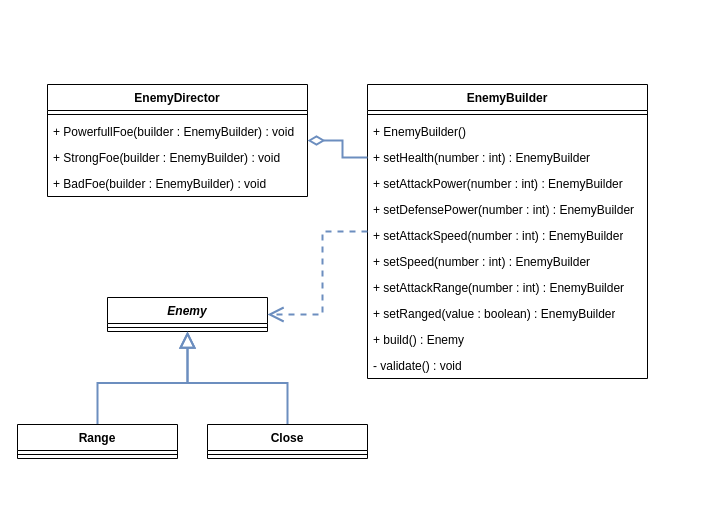
Cat-du-Fromage/BossRush keeps this draw.io diagram as doc/ClassDiagramBuilder.drawio. Above is the earlier version. Source tidied: cells renumbered, new cells numbered last; positions are measured from the earlier drawing's top-left corner, leaving out a move shared by most shapes. Both pictures are drawn from the tidied source at 100%, with x=0, y=0 at pixel (17, 84).
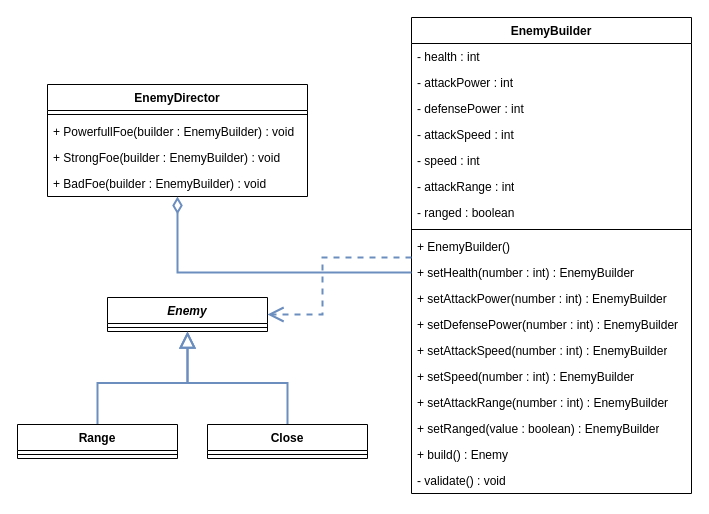
Above is the later version.

The change refers to these unchanged cells:
```xml
<mxCell id="19" value="&lt;i&gt;Enemy&lt;/i&gt;" style="swimlane;fontStyle=1;align=center;verticalAlign=top;horizontal=1;startSize=26;whiteSpace=wrap;html=1;" parent="1" vertex="1">
  <mxGeometry x="90" y="213" width="160" height="34" as="geometry" />
</mxCell>
```

What changed in the source:
```diff
@@
     <mxCell id="7" value="EnemyBuilder" style="swimlane;fontStyle=1;align=center;verticalAlign=top;horizontal=1;startSize=26;whiteSpace=wrap;html=1;" parent="1" vertex="1">
-      <mxGeometry x="350" width="280" height="294" as="geometry" />
+      <mxGeometry x="394" y="-67" width="280" height="476" as="geometry" />
     </mxCell>
+    <mxCell id="9" value="- health : int" style="text;strokeColor=none;fillColor=none;align=left;verticalAlign=top;spacingLeft=4;spacingRight=4;overflow=hidden;whiteSpace=wrap;html=1;" parent="7" vertex="1">
+      <mxGeometry y="26" width="280" height="26" as="geometry" />
+    </mxCell>
+    <mxCell id="29" value="- attackPower : int" style="text;strokeColor=none;fillColor=none;align=left;verticalAlign=top;spacingLeft=4;spacingRight=4;overflow=hidden;whiteSpace=wrap;html=1;" parent="7" vertex="1">
+      <mxGeometry y="52" width="280" height="26" as="geometry" />
+    </mxCell>
+    <mxCell id="30" value="- defensePower : int" style="text;strokeColor=none;fillColor=none;align=left;verticalAlign=top;spacingLeft=4;spacingRight=4;overflow=hidden;whiteSpace=wrap;html=1;" parent="7" vertex="1">
+      <mxGeometry y="78" width="280" height="26" as="geometry" />
+    </mxCell>
+    <mxCell id="31" value="- attackSpeed : int" style="text;strokeColor=none;fillColor=none;align=left;verticalAlign=top;spacingLeft=4;spacingRight=4;overflow=hidden;whiteSpace=wrap;html=1;" parent="7" vertex="1">
+      <mxGeometry y="104" width="280" height="26" as="geometry" />
+    </mxCell>
+    <mxCell id="32" value="- speed : int" style="text;strokeColor=none;fillColor=none;align=left;verticalAlign=top;spacingLeft=4;spacingRight=4;overflow=hidden;whiteSpace=wrap;html=1;" parent="7" vertex="1">
+      <mxGeometry y="130" width="280" height="26" as="geometry" />
+    </mxCell>
+    <mxCell id="33" value="- attackRange : int" style="text;strokeColor=none;fillColor=none;align=left;verticalAlign=top;spacingLeft=4;spacingRight=4;overflow=hidden;whiteSpace=wrap;html=1;" parent="7" vertex="1">
+      <mxGeometry y="156" width="280" height="26" as="geometry" />
+    </mxCell>
+    <mxCell id="34" value="- ranged : boolean" style="text;strokeColor=none;fillColor=none;align=left;verticalAlign=top;spacingLeft=4;spacingRight=4;overflow=hidden;whiteSpace=wrap;html=1;" parent="7" vertex="1">
+      <mxGeometry y="182" width="280" height="26" as="geometry" />
+    </mxCell>
     <mxCell id="8" style="line;strokeWidth=1;fillColor=none;align=left;verticalAlign=middle;spacingTop=-1;spacingLeft=3;spacingRight=3;labelPosition=right;strokeColor=inherit;" parent="7" vertex="1">
-      <mxGeometry y="26" width="280" height="8" as="geometry" />
+      <mxGeometry y="208" width="280" height="8" as="geometry" />
     </mxCell>
-    <mxCell id="9" value="+ EnemyBuilder()" style="text;strokeColor=none;fillColor=none;align=left;verticalAlign=top;spacingLeft=4;spacingRight=4;overflow=hidden;whiteSpace=wrap;html=1;" parent="7" vertex="1">
-      <mxGeometry y="34" width="280" height="26" as="geometry" />
-    </mxCell>
+    <mxCell id="35" value="+ EnemyBuilder()" style="text;strokeColor=none;fillColor=none;align=left;verticalAlign=top;spacingLeft=4;spacingRight=4;overflow=hidden;whiteSpace=wrap;html=1;" parent="7" vertex="1">
+      <mxGeometry y="216" width="280" height="26" as="geometry" />
+    </mxCell>
     <mxCell id="10" value="+ setHealth(number : int) : EnemyBuilder" style="text;strokeColor=none;fillColor=none;align=left;verticalAlign=top;spacingLeft=4;spacingRight=4;overflow=hidden;points=[[0,0.5],[1,0.5]];portConstraint=eastwest;whiteSpace=wrap;html=1;" parent="7" vertex="1">
-      <mxGeometry y="60" width="280" height="26" as="geometry" />
+      <mxGeometry y="242" width="280" height="26" as="geometry" />
     </mxCell>
     <mxCell id="11" value="+ setAttackPower(number : int) : EnemyBuilder" style="text;strokeColor=none;fillColor=none;align=left;verticalAlign=top;spacingLeft=4;spacingRight=4;overflow=hidden;whiteSpace=wrap;html=1;" parent="7" vertex="1">
-      <mxGeometry y="86" width="280" height="26" as="geometry" />
+      <mxGeometry y="268" width="280" height="26" as="geometry" />
     </mxCell>
     <mxCell id="12" value="+ setDefensePower(number : int) : EnemyBuilder" style="text;strokeColor=none;fillColor=none;align=left;verticalAlign=top;spacingLeft=4;spacingRight=4;overflow=hidden;whiteSpace=wrap;html=1;" parent="7" vertex="1">
-      <mxGeometry y="112" width="280" height="26" as="geometry" />
+      <mxGeometry y="294" width="280" height="26" as="geometry" />
     </mxCell>
     <mxCell id="13" value="+ setAttackSpeed(number : int) : EnemyBuilder" style="text;strokeColor=none;fillColor=none;align=left;verticalAlign=top;spacingLeft=4;spacingRight=4;overflow=hidden;whiteSpace=wrap;html=1;" parent="7" vertex="1">
-      <mxGeometry y="138" width="280" height="26" as="geometry" />
+      <mxGeometry y="320" width="280" height="26" as="geometry" />
     </mxCell>
     <mxCell id="14" value="+ setSpeed(number : int) : EnemyBuilder" style="text;strokeColor=none;fillColor=none;align=left;verticalAlign=top;spacingLeft=4;spacingRight=4;overflow=hidden;whiteSpace=wrap;html=1;" parent="7" vertex="1">
-      <mxGeometry y="164" width="280" height="26" as="geometry" />
+      <mxGeometry y="346" width="280" height="26" as="geometry" />
     </mxCell>
     <mxCell id="15" value="+ setAttackRange(number : int) : EnemyBuilder" style="text;strokeColor=none;fillColor=none;align=left;verticalAlign=top;spacingLeft=4;spacingRight=4;overflow=hidden;whiteSpace=wrap;html=1;" parent="7" vertex="1">
-      <mxGeometry y="190" width="280" height="26" as="geometry" />
+      <mxGeometry y="372" width="280" height="26" as="geometry" />
     </mxCell>
     <mxCell id="16" value="+ setRanged(value : boolean) : EnemyBuilder" style="text;strokeColor=none;fillColor=none;align=left;verticalAlign=top;spacingLeft=4;spacingRight=4;overflow=hidden;whiteSpace=wrap;html=1;" parent="7" vertex="1">
-      <mxGeometry y="216" width="280" height="26" as="geometry" />
+      <mxGeometry y="398" width="280" height="26" as="geometry" />
     </mxCell>
     <mxCell id="17" value="+ build() : Enemy" style="text;strokeColor=none;fillColor=none;align=left;verticalAlign=top;spacingLeft=4;spacingRight=4;overflow=hidden;whiteSpace=wrap;html=1;" parent="7" vertex="1">
-      <mxGeometry y="242" width="280" height="26" as="geometry" />
+      <mxGeometry y="424" width="280" height="26" as="geometry" />
     </mxCell>
     <mxCell id="18" value="- validate() : void" style="text;strokeColor=none;fillColor=none;align=left;verticalAlign=top;spacingLeft=4;spacingRight=4;overflow=hidden;whiteSpace=wrap;html=1;" parent="7" vertex="1">
-      <mxGeometry y="268" width="280" height="26" as="geometry" />
+      <mxGeometry y="450" width="280" height="26" as="geometry" />
     </mxCell>
@@
     <mxCell id="28" style="edgeStyle=orthogonalEdgeStyle;shape=connector;rounded=0;jettySize=auto;html=1;strokeColor=#6c8ebf;strokeWidth=2;align=center;verticalAlign=middle;fontFamily=Helvetica;fontSize=11;fontColor=default;labelBackgroundColor=default;startSize=12;endArrow=open;endSize=12;fillColor=#dae8fc;dashed=1;endFill=0;" parent="1" edge="1" source="7" target="19">
-      <mxGeometry relative="1" as="geometry" />
+      <mxGeometry relative="1" as="geometry">
+        <Array as="points">
+          <mxPoint x="305" y="173" />
+          <mxPoint x="305" y="230" />
+        </Array>
+      </mxGeometry>
     </mxCell>
```
